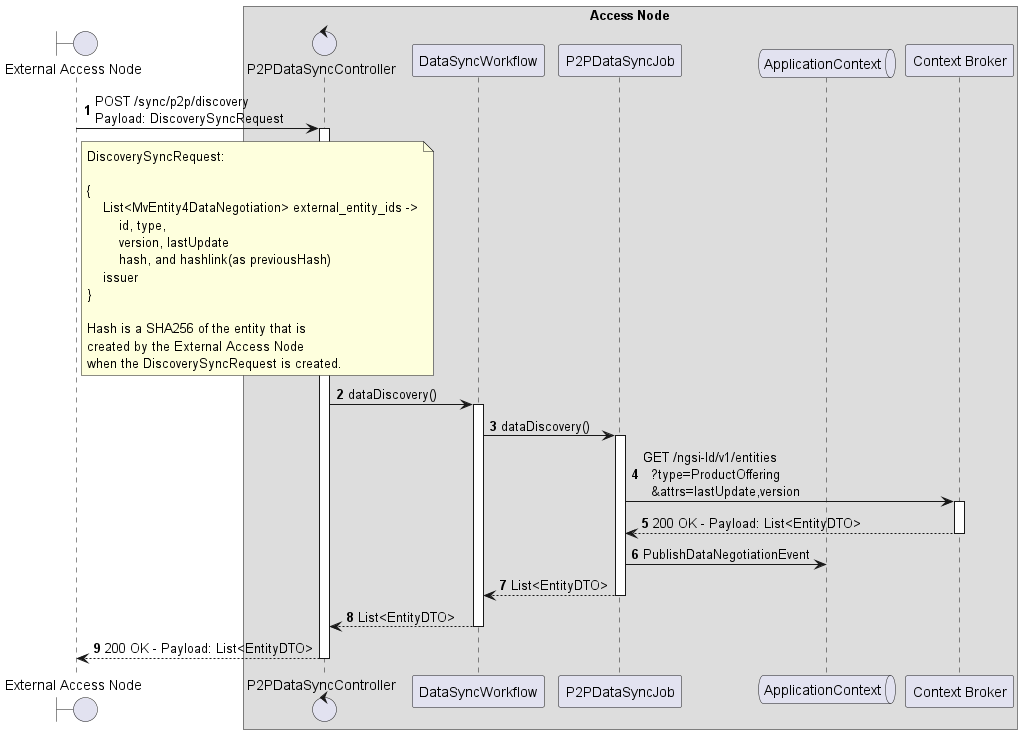
in2workspace/in2-guides keeps this PlantUML diagram as desmos-tech-doc/images/p2p-sync-discovery-local.png. Above is the earlier version.
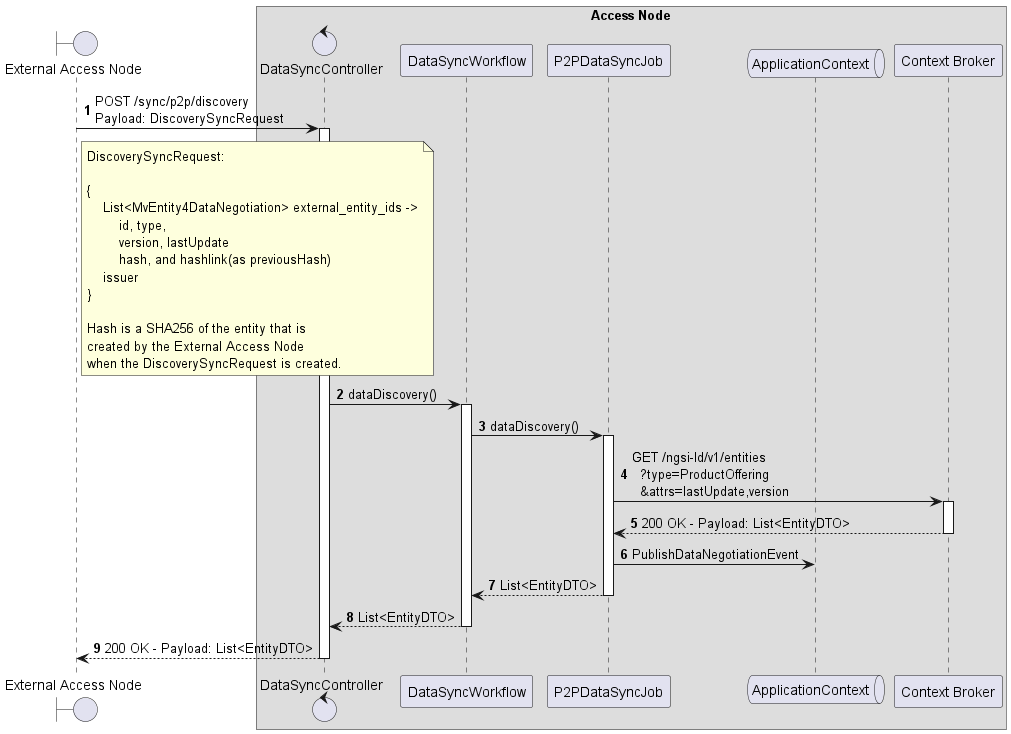
The same diagram one commit later.

Commit message:
fix(data-syncronization): change p2p data sync controller to data sync controller

What changed in the source:
```diff
@@ -8,7 +8,7 @@
 
 box "Access Node"
 
-  control "P2PDataSyncController" as p2pController
+  control "DataSyncController" as data_sync_Controller
   participant "DataSyncWorkflow" as p2p_data_sync_workflow
   participant "P2PDataSyncJob" as p2p_data_sync_job
   queue "ApplicationContext" as ac
@@ -17,7 +17,7 @@
 end box
 
 
-ean -> p2pController++: POST /sync/p2p/discovery \nPayload: DiscoverySyncRequest
+ean -> data_sync_Controller++: POST /sync/p2p/discovery \nPayload: DiscoverySyncRequest
 
 note right of ean
     DiscoverySyncRequest:
@@ -35,7 +35,7 @@
     when the DiscoverySyncRequest is created.
 end note
 
-    p2pController -> p2p_data_sync_workflow++: dataDiscovery()
+    data_sync_Controller -> p2p_data_sync_workflow++: dataDiscovery()
         p2p_data_sync_workflow -> p2p_data_sync_job++: dataDiscovery()
             p2p_data_sync_job -> cb++: GET /ngsi-ld/v1/entities\n  ?type=ProductOffering\n  &attrs=lastUpdate,version
             return 200 OK - Payload: List<EntityDTO>
```
